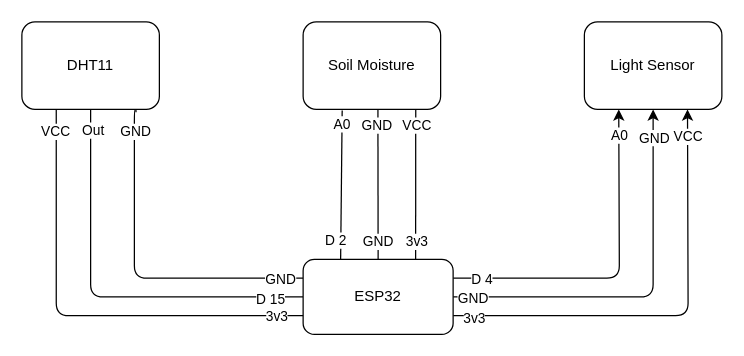
The draw.io diagram Untitled Diagram.drawio in wirtyfromtheunknownW/Smart-plant-pot, before the edit. Source tidied: cells renumbered, new cells numbered last; positions are measured from the earlier drawing's top-left corner, leaving out a move shared by most shapes. Both pictures are drawn from the tidied source at 125%, with x=0, y=0 at pixel (21, 21).
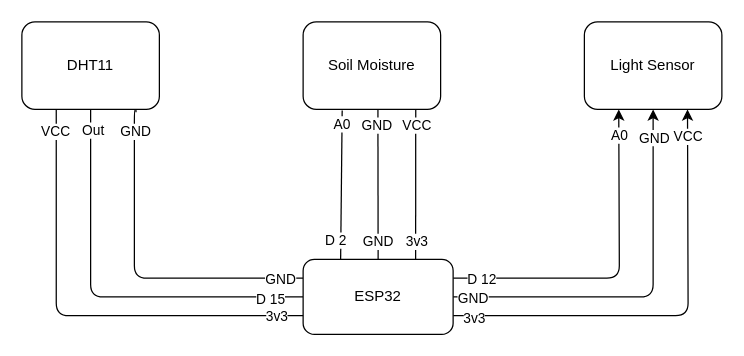
The same diagram, later.

The change refers to these unchanged cells:
```xml
<mxCell id="14" style="edgeStyle=none;rounded=1;html=1;exitX=1;exitY=0.25;exitDx=0;exitDy=0;entryX=0.25;entryY=1;entryDx=0;entryDy=0;jumpSize=0;" parent="1" edge="1" source="17" target="20">
  <mxGeometry relative="1" as="geometry">
    <Array as="points">
      <mxPoint x="478" y="205" />
    </Array>
  </mxGeometry>
</mxCell>
```

What changed in the source:
```diff
@@
-    <mxCell id="15" value="D 4" style="edgeLabel;html=1;align=center;verticalAlign=middle;rounded=1;" parent="14" vertex="1">
+    <mxCell id="15" value="D 12" style="edgeLabel;html=1;align=center;verticalAlign=middle;rounded=1;" parent="14" vertex="1">
       <mxGeometry x="-0.89" relative="1" as="geometry">
         <mxPoint x="7" as="offset" />
       </mxGeometry>
     </mxCell>
```
